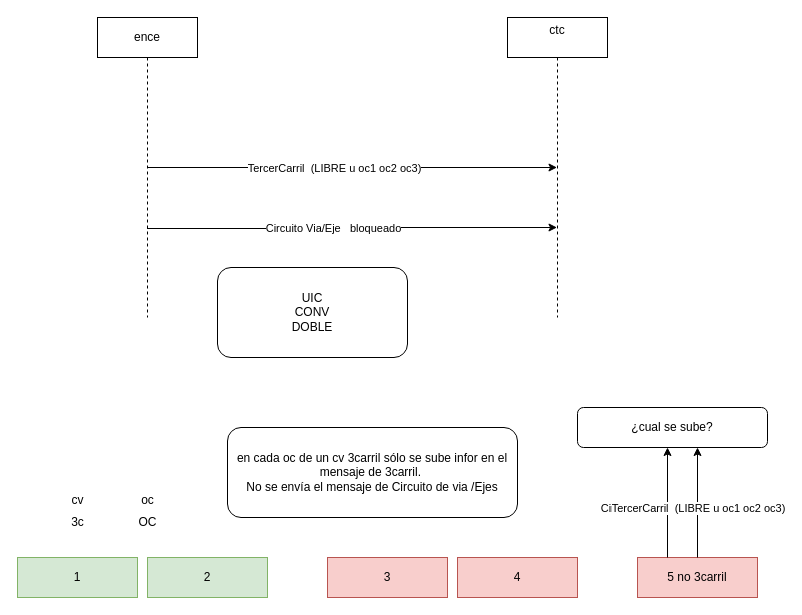
Earlier version of the draw.io diagram page "3carril" (5 of 7) of hhrmg.drawio (jeongon/HHRmovCTCge). Source tidied: cells renumbered, new cells numbered last; positions are measured from the earlier drawing's top-left corner, leaving out a move shared by most shapes. Both pictures are drawn from the tidied source at 100%, with x=0, y=0 at pixel (17, 17).
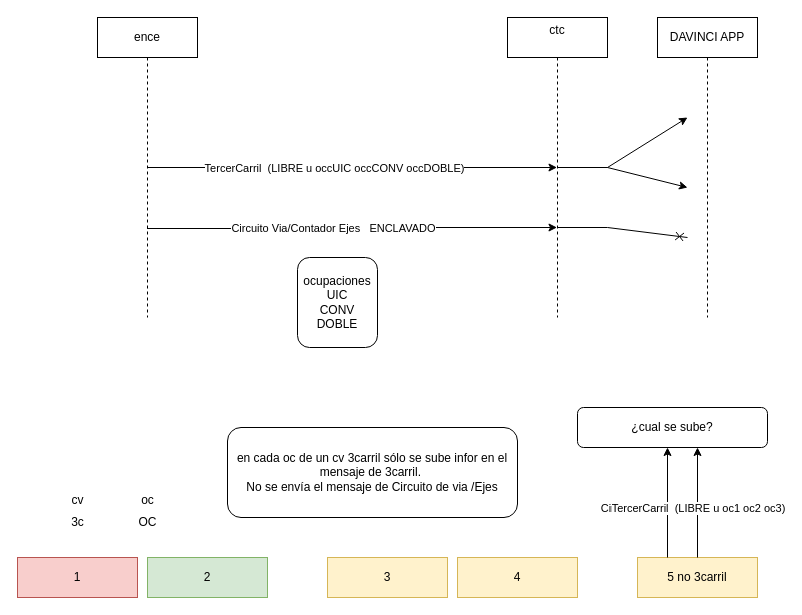
The same diagram, later.

Unchanged cells that the change refers to:
```xml
<mxCell id="2" value="ctc&lt;div&gt;&lt;br&gt;&lt;/div&gt;" style="shape=umlLifeline;perimeter=lifelinePerimeter;whiteSpace=wrap;html=1;outlineConnect=0;portConstraint=eastwest;newEdgeStyle={&quot;curved&quot;:0,&quot;rounded&quot;:0};" parent="1" vertex="1">
  <mxGeometry x="490" width="100" height="300" as="geometry" />
</mxCell>
<mxCell id="3" style="edgeStyle=orthogonalEdgeStyle;rounded=0;jettySize=auto;html=1;curved=0;" parent="1" edge="1" source="5" target="2">
  <mxGeometry relative="1" as="geometry" />
</mxCell>
<mxCell id="6" style="edgeStyle=orthogonalEdgeStyle;rounded=0;jettySize=auto;html=1;curved=0;" parent="1" edge="1" source="5" target="2">
  <mxGeometry relative="1" as="geometry">
    <Array as="points">
      <mxPoint x="296" y="211" />
      <mxPoint x="296" y="210" />
    </Array>
  </mxGeometry>
</mxCell>
```

The edit, as a diff of the source:
```diff
@@
-    <mxCell id="4" value="TercerCarril&amp;nbsp; (LIBRE u oc1 oc2 oc3)" style="edgeLabel;html=1;align=center;verticalAlign=middle;" parent="3" vertex="1">
+    <mxCell id="4" value="TercerCarril&amp;nbsp; (LIBRE u occUIC occCONV occDOBLE)" style="edgeLabel;html=1;align=center;verticalAlign=middle;" parent="3" vertex="1">
       <mxGeometry x="-0.09" relative="1" as="geometry" />
     </mxCell>
@@
-    <mxCell id="7" value="Circuito Via/Eje&amp;nbsp; &amp;nbsp;bloqueado" style="edgeLabel;html=1;align=center;verticalAlign=middle;" parent="6" vertex="1">
+    <mxCell id="7" value="Circuito Via/Contador Ejes&amp;nbsp; &amp;nbsp;ENCLAVADO" style="edgeLabel;html=1;align=center;verticalAlign=middle;" parent="6" vertex="1">
       <mxGeometry x="-0.09" relative="1" as="geometry" />
     </mxCell>
-    <mxCell id="8" value="1" style="rounded=0;whiteSpace=wrap;html=1;fillColor=#d5e8d4;strokeColor=#82b366;" parent="1" vertex="1">
+    <mxCell id="8" value="1" style="rounded=0;whiteSpace=wrap;html=1;fillColor=#f8cecc;strokeColor=#b85450;" parent="1" vertex="1">
       <mxGeometry y="540" width="120" height="40" as="geometry" />
     </mxCell>
@@
-    <mxCell id="10" value="3" style="rounded=0;whiteSpace=wrap;html=1;fillColor=#f8cecc;strokeColor=#b85450;" parent="1" vertex="1">
+    <mxCell id="10" value="3" style="rounded=0;whiteSpace=wrap;html=1;fillColor=#fff2cc;strokeColor=#d6b656;" parent="1" vertex="1">
       <mxGeometry x="310" y="540" width="120" height="40" as="geometry" />
     </mxCell>
-    <mxCell id="11" value="4" style="rounded=0;whiteSpace=wrap;html=1;fillColor=#f8cecc;strokeColor=#b85450;" parent="1" vertex="1">
+    <mxCell id="11" value="4" style="rounded=0;whiteSpace=wrap;html=1;fillColor=#fff2cc;strokeColor=#d6b656;" parent="1" vertex="1">
       <mxGeometry x="440" y="540" width="120" height="40" as="geometry" />
     </mxCell>
-    <mxCell id="12" value="5 no 3carril" style="rounded=0;whiteSpace=wrap;html=1;fillColor=#f8cecc;strokeColor=#b85450;" parent="1" vertex="1">
+    <mxCell id="12" value="5 no 3carril" style="rounded=0;whiteSpace=wrap;html=1;fillColor=#fff2cc;strokeColor=#d6b656;" parent="1" vertex="1">
       <mxGeometry x="620" y="540" width="120" height="40" as="geometry" />
     </mxCell>
@@
-    <mxCell id="17" value="UIC&lt;div&gt;CONV&lt;/div&gt;&lt;div&gt;DOBLE&lt;/div&gt;" style="rounded=1;whiteSpace=wrap;html=1;" parent="1" vertex="1">
-      <mxGeometry x="200" y="250" width="190" height="90" as="geometry" />
+    <mxCell id="17" value="&lt;div&gt;ocupaciones&lt;/div&gt;UIC&lt;div&gt;CONV&lt;/div&gt;&lt;div&gt;DOBLE&lt;/div&gt;" style="rounded=1;whiteSpace=wrap;html=1;align=center;" parent="1" vertex="1">
+      <mxGeometry x="280" y="240" width="80" height="90" as="geometry" />
     </mxCell>
@@
+    <mxCell id="24" value="DAVINCI APP" style="shape=umlLifeline;perimeter=lifelinePerimeter;whiteSpace=wrap;html=1;newEdgeStyle={&quot;curved&quot;:0,&quot;rounded&quot;:0};" parent="1" vertex="1">
+      <mxGeometry x="640" width="100" height="300" as="geometry" />
+    </mxCell>
+    <mxCell id="25" style="endArrow=classic;html=1;rounded=0;" parent="1" edge="1" source="2">
+      <mxGeometry relative="1" as="geometry">
+        <mxPoint x="670" y="100" as="targetPoint" />
+        <Array as="points">
+          <mxPoint x="590" y="150" />
+        </Array>
+      </mxGeometry>
+    </mxCell>
+    <mxCell id="26" style="endArrow=classic;html=1;rounded=0;" parent="1" edge="1">
+      <mxGeometry relative="1" as="geometry">
+        <mxPoint x="540" y="150" as="sourcePoint" />
+        <mxPoint x="670" y="170" as="targetPoint" />
+        <Array as="points">
+          <mxPoint x="590" y="150" />
+        </Array>
+      </mxGeometry>
+    </mxCell>
+    <mxCell id="27" style="endArrow=cross;html=1;rounded=0;endFill=0;" parent="1" edge="1">
+      <mxGeometry relative="1" as="geometry">
+        <mxPoint x="540" y="210" as="sourcePoint" />
+        <mxPoint x="670" y="220" as="targetPoint" />
+        <Array as="points">
+          <mxPoint x="590" y="210" />
+        </Array>
+      </mxGeometry>
+    </mxCell>
```
